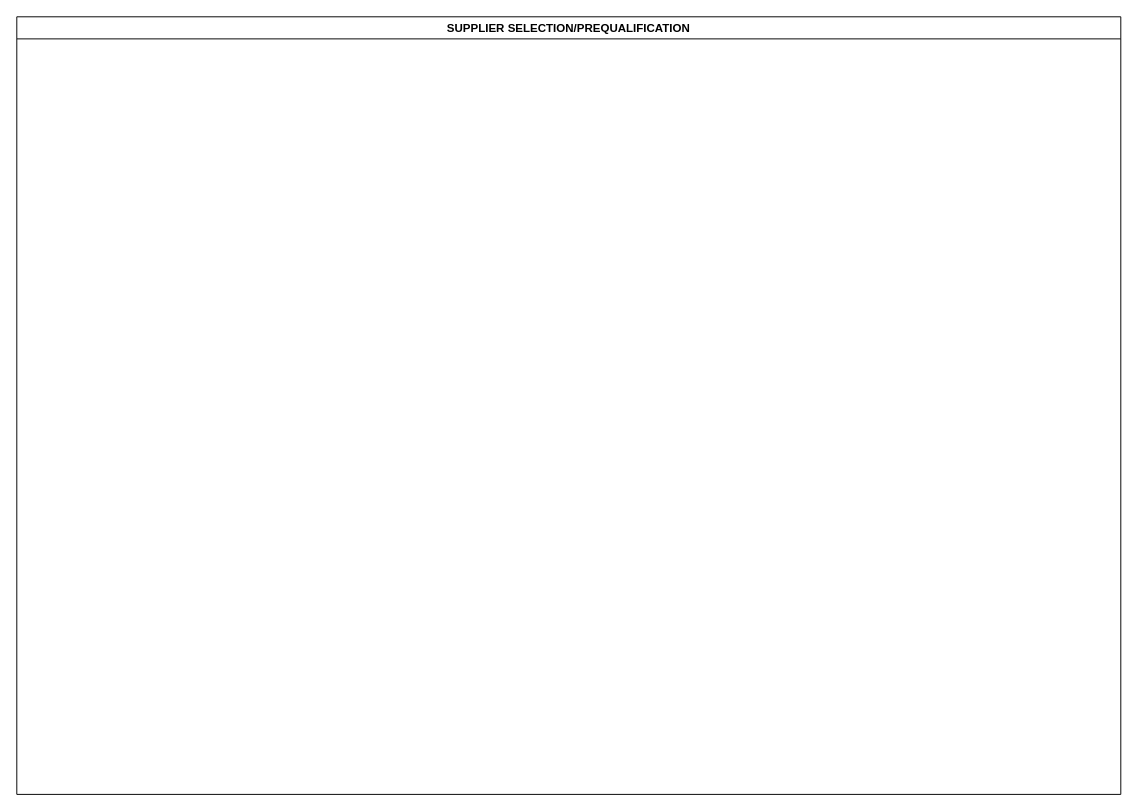
The draw.io diagram LC-PROC-SUPPLIER PREQUALIFICATION.drawio in kmagua/flowcharts, before the edit. Source tidied: cells renumbered, new cells numbered last; positions are measured from the earlier drawing's top-left corner, leaving out a move shared by most shapes. Both pictures are drawn from the tidied source at 96%, with x=0, y=0 at pixel (16, 16).
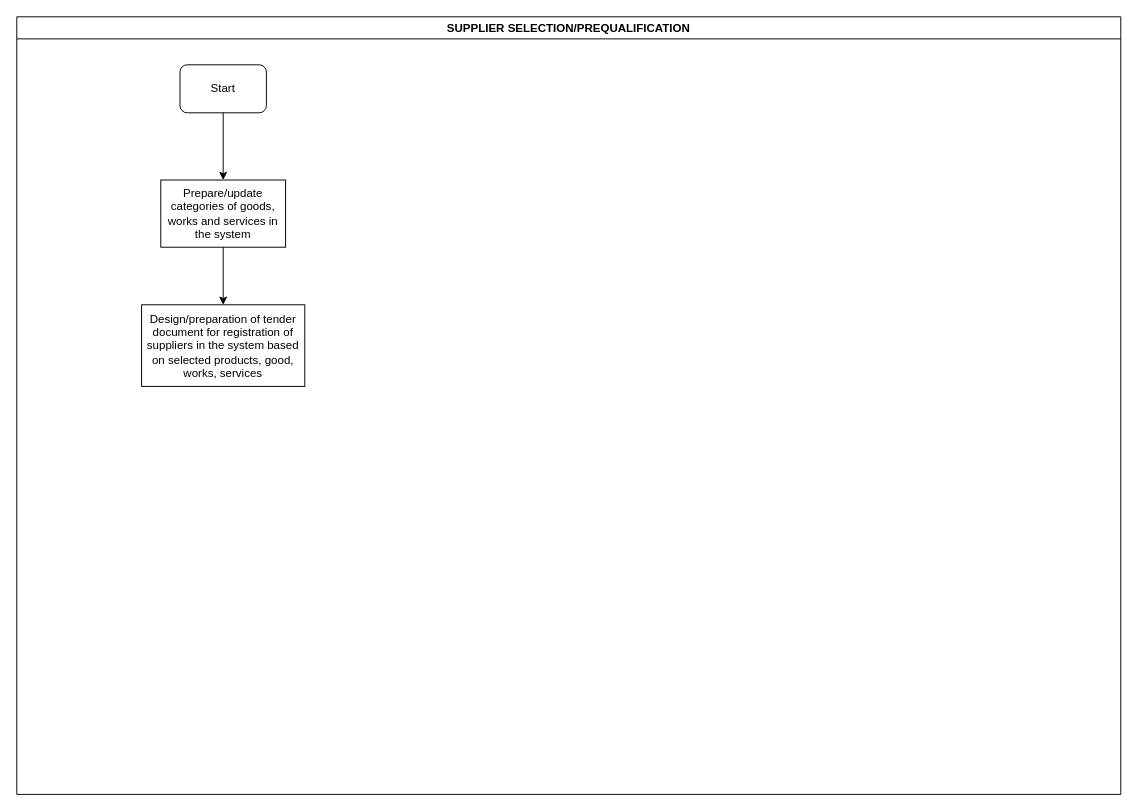
After the change.

Diff of the diagram source:
```diff
@@
 <mxGraphModel>
   <root>
     <mxCell id="0" />
     <mxCell id="1" parent="0" />
     <mxCell id="2" value="SUPPLIER SELECTION/PREQUALIFICATION" style="swimlane;" parent="1" vertex="1">
       <mxGeometry width="1150" height="810" as="geometry" />
     </mxCell>
+    <mxCell id="3" value="Start" style="rounded=1;whiteSpace=wrap;html=1;" parent="2" vertex="1">
+      <mxGeometry x="170" y="50" width="90" height="50" as="geometry" />
+    </mxCell>
+    <mxCell id="4" value="Prepare/update categories of goods, works and services in the system" style="rounded=0;whiteSpace=wrap;html=1;" parent="2" vertex="1">
+      <mxGeometry x="150" y="170" width="130" height="70" as="geometry" />
+    </mxCell>
+    <mxCell id="5" style="edgeStyle=orthogonalEdgeStyle;rounded=0;jettySize=auto;html=1;entryX=0.5;entryY=0;entryDx=0;entryDy=0;" parent="2" edge="1" source="3" target="4">
+      <mxGeometry relative="1" as="geometry" />
+    </mxCell>
+    <mxCell id="6" value="Design/preparation of tender document for registration of suppliers in the system based on selected products, good, works, services" style="whiteSpace=wrap;html=1;rounded=0;" parent="1" vertex="1">
+      <mxGeometry x="130" y="300" width="170" height="85" as="geometry" />
+    </mxCell>
+    <mxCell id="7" style="edgeStyle=orthogonalEdgeStyle;rounded=0;jettySize=auto;html=1;" parent="1" edge="1" source="4" target="6">
+      <mxGeometry relative="1" as="geometry" />
+    </mxCell>
   </root>
 </mxGraphModel>
```
